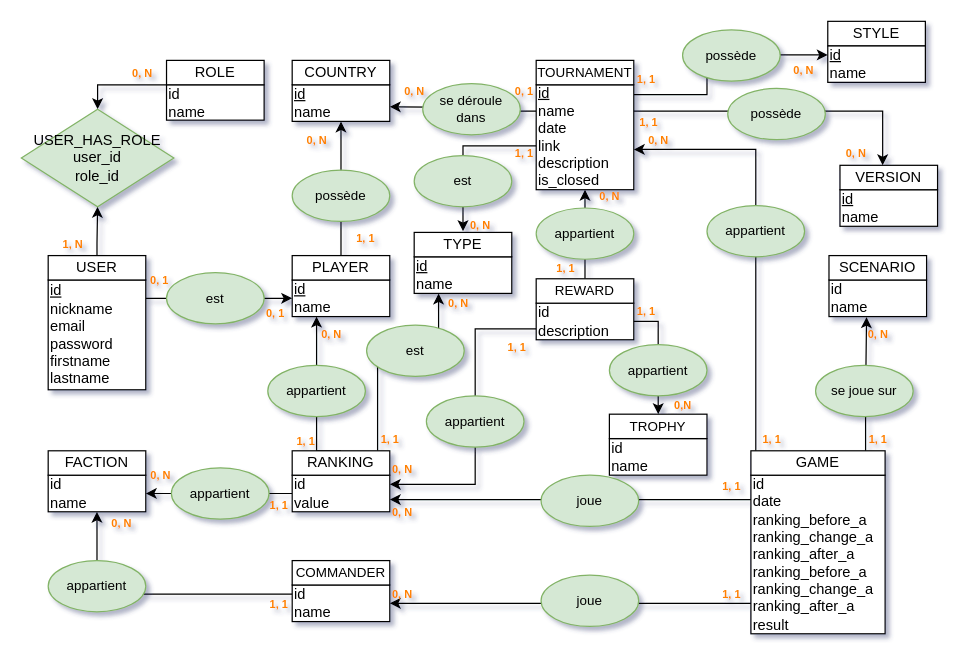
Above: analyse/MCD.drawio in Nicolas-Plichon/archives-citadelle (draw.io), before the change. Source tidied: cells renumbered, new cells numbered last; positions are measured from the earlier drawing's top-left corner, leaving out a move shared by most shapes. Both pictures are drawn from the tidied source at 122%, with x=0, y=0 at pixel (21, 21).
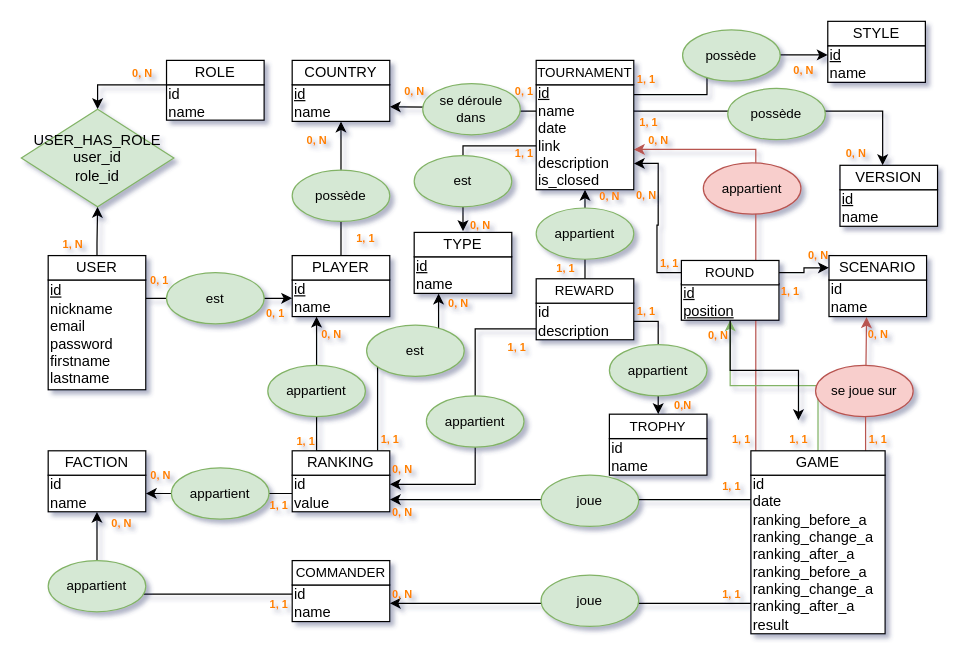
The same diagram, later.

Commit message (it also covers changes not shown here):
Ajout de la table Round, et modifications de requêtes et de vues

The change refers to these unchanged cells:
```xml
<mxCell id="15" value="id&lt;br&gt;date&lt;br&gt;ranking_before_a&lt;br&gt;ranking_change_a&lt;br&gt;ranking_after_a&lt;br&gt;ranking_before_a&lt;br style=&quot;border-color: var(--border-color);&quot;&gt;ranking_change_a&lt;br style=&quot;border-color: var(--border-color);&quot;&gt;ranking_after_a&lt;br&gt;result" style="rounded=0;whiteSpace=wrap;html=1;align=left;" parent="1" vertex="1">
  <mxGeometry x="598" y="372" width="110" height="130" as="geometry" />
</mxCell>
<mxCell id="17" value="GAME" style="rounded=0;whiteSpace=wrap;html=1;" parent="1" vertex="1">
  <mxGeometry x="598" y="352" width="110" height="20" as="geometry" />
</mxCell>
<mxCell id="27" value="&lt;div style=&quot;&quot;&gt;&lt;span style=&quot;background-color: initial;&quot;&gt;id&lt;/span&gt;&lt;/div&gt;&lt;div style=&quot;&quot;&gt;&lt;span style=&quot;background-color: initial;&quot;&gt;name&lt;/span&gt;&lt;/div&gt;" style="rounded=0;whiteSpace=wrap;html=1;align=left;" parent="1" vertex="1">
  <mxGeometry x="662" y="212" width="80" height="30" as="geometry" />
</mxCell>
<mxCell id="28" value="SCENARIO" style="rounded=0;whiteSpace=wrap;html=1;" parent="1" vertex="1">
  <mxGeometry x="662" y="192" width="80" height="20" as="geometry" />
</mxCell>
<mxCell id="31" value="&lt;div style=&quot;&quot;&gt;&lt;span style=&quot;background-color: initial;&quot;&gt;&lt;u&gt;id&lt;/u&gt;&lt;/span&gt;&lt;/div&gt;&lt;div style=&quot;&quot;&gt;&lt;span style=&quot;background-color: initial;&quot;&gt;name&lt;/span&gt;&lt;/div&gt;&lt;div style=&quot;&quot;&gt;&lt;span style=&quot;background-color: initial;&quot;&gt;date&lt;/span&gt;&lt;/div&gt;&lt;div style=&quot;&quot;&gt;&lt;span style=&quot;background-color: initial;&quot;&gt;link&lt;/span&gt;&lt;/div&gt;&lt;div style=&quot;&quot;&gt;&lt;span style=&quot;background-color: initial;&quot;&gt;description&lt;/span&gt;&lt;/div&gt;&lt;div style=&quot;&quot;&gt;&lt;span style=&quot;background-color: initial;&quot;&gt;is_closed&lt;/span&gt;&lt;/div&gt;" style="rounded=0;whiteSpace=wrap;html=1;align=left;" parent="1" vertex="1">
  <mxGeometry x="422" y="52" width="80" height="86" as="geometry" />
</mxCell>
```

What changed in the source:
```diff
@@
-    <mxCell id="12" style="edgeStyle=orthogonalEdgeStyle;rounded=0;jettySize=auto;html=1;endArrow=classic;endFill=1;entryX=0.385;entryY=1.013;entryDx=0;entryDy=0;entryPerimeter=0;" parent="1" edge="1" source="15" target="27">
+    <mxCell id="12" style="edgeStyle=orthogonalEdgeStyle;rounded=0;jettySize=auto;html=1;endArrow=classic;endFill=1;entryX=0.385;entryY=1.013;entryDx=0;entryDy=0;entryPerimeter=0;fillColor=#f8cecc;strokeColor=#b85450;" parent="1" edge="1" source="15" target="27">
       <mxGeometry relative="1" as="geometry">
         <Array as="points">
           <mxPoint x="692" y="307" />
           <mxPoint x="693" y="307" />
         </Array>
       </mxGeometry>
     </mxCell>
@@
-    <mxCell id="16" style="edgeStyle=orthogonalEdgeStyle;rounded=0;jettySize=auto;html=1;" parent="1" edge="1" source="17" target="31">
+    <mxCell id="16" style="edgeStyle=orthogonalEdgeStyle;rounded=0;jettySize=auto;html=1;fillColor=#f8cecc;strokeColor=#b85450;" parent="1" edge="1" source="17" target="31">
       <mxGeometry relative="1" as="geometry">
         <Array as="points">
           <mxPoint x="602" y="105" />
         </Array>
       </mxGeometry>
     </mxCell>
+    <mxCell id="106" style="edgeStyle=orthogonalEdgeStyle;rounded=0;jettySize=auto;html=1;fillColor=#d5e8d4;strokeColor=#82b366;" parent="1" edge="1" source="17" target="108">
+      <mxGeometry relative="1" as="geometry" />
+    </mxCell>
@@
     <mxCell id="40" value="&lt;font style=&quot;font-size: 9px;&quot; color=&quot;#ff8000&quot;&gt;&lt;b&gt;1, 1&lt;/b&gt;&lt;/font&gt;" style="text;html=1;align=center;verticalAlign=middle;strokeColor=none;fillColor=none;fontSize=11;" parent="1" vertex="1">
-      <mxGeometry x="595" y="327" width="40" height="30" as="geometry" />
+      <mxGeometry x="570" y="327" width="40" height="30" as="geometry" />
     </mxCell>
@@
-    <mxCell id="68" value="appartient" style="ellipse;whiteSpace=wrap;html=1;align=center;rounded=0;fontSize=11;fillColor=#d5e8d4;strokeColor=#82b366;" parent="1" vertex="1">
-      <mxGeometry x="562" y="151" width="80" height="42" as="geometry" />
+    <mxCell id="68" value="appartient" style="ellipse;whiteSpace=wrap;html=1;align=center;rounded=0;fontSize=11;fillColor=#f8cecc;strokeColor=#b85450;" parent="1" vertex="1">
+      <mxGeometry x="559" y="116" width="80" height="42" as="geometry" />
     </mxCell>
@@
-    <mxCell id="75" value="se joue sur" style="ellipse;whiteSpace=wrap;html=1;align=center;rounded=0;fontSize=11;fillColor=#d5e8d4;strokeColor=#82b366;" parent="1" vertex="1">
+    <mxCell id="75" value="se joue sur" style="ellipse;whiteSpace=wrap;html=1;align=center;rounded=0;fontSize=11;fillColor=#f8cecc;strokeColor=#b85450;" parent="1" vertex="1">
       <mxGeometry x="651" y="282" width="80" height="42" as="geometry" />
     </mxCell>
@@
+    <mxCell id="107" style="edgeStyle=orthogonalEdgeStyle;rounded=0;jettySize=auto;html=1;" parent="1" edge="1" source="108" target="112">
+      <mxGeometry relative="1" as="geometry" />
+    </mxCell>
+    <mxCell id="108" value="&lt;div style=&quot;&quot;&gt;&lt;span style=&quot;background-color: initial;&quot;&gt;&lt;u&gt;id&lt;/u&gt;&lt;/span&gt;&lt;/div&gt;&lt;div style=&quot;&quot;&gt;&lt;span style=&quot;background-color: initial;&quot;&gt;&lt;u&gt;position&lt;/u&gt;&lt;/span&gt;&lt;/div&gt;" style="rounded=0;whiteSpace=wrap;html=1;align=left;" parent="1" vertex="1">
+      <mxGeometry x="541" y="215" width="80" height="30" as="geometry" />
+    </mxCell>
+    <mxCell id="109" style="edgeStyle=orthogonalEdgeStyle;rounded=0;jettySize=auto;html=1;entryX=0;entryY=0.5;entryDx=0;entryDy=0;" parent="1" edge="1" source="111" target="28">
+      <mxGeometry relative="1" as="geometry" />
+    </mxCell>
+    <mxCell id="110" style="edgeStyle=orthogonalEdgeStyle;rounded=0;jettySize=auto;html=1;entryX=1;entryY=0.75;entryDx=0;entryDy=0;" parent="1" edge="1" source="111" target="31">
+      <mxGeometry relative="1" as="geometry" />
+    </mxCell>
+    <mxCell id="111" value="&lt;font style=&quot;font-size: 11px;&quot;&gt;ROUND&lt;/font&gt;" style="rounded=0;whiteSpace=wrap;html=1;" parent="1" vertex="1">
+      <mxGeometry x="541" y="196" width="80" height="20" as="geometry" />
+    </mxCell>
+    <mxCell id="112" value="&lt;font style=&quot;font-size: 9px;&quot; color=&quot;#ff8000&quot;&gt;&lt;b&gt;1, 1&lt;/b&gt;&lt;/font&gt;" style="text;html=1;align=center;verticalAlign=middle;points=[];strokeColor=none;fillColor=none;fontSize=11;" parent="1" vertex="1">
+      <mxGeometry x="617" y="327" width="40" height="30" as="geometry" />
+    </mxCell>
+    <mxCell id="113" value="&lt;font style=&quot;font-size: 9px;&quot; color=&quot;#ff8000&quot;&gt;&lt;b&gt;0, N&lt;/b&gt;&lt;/font&gt;" style="text;html=1;align=center;verticalAlign=middle;strokeColor=none;fillColor=none;fontSize=11;" parent="1" vertex="1">
+      <mxGeometry x="551" y="242" width="40" height="30" as="geometry" />
+    </mxCell>
+    <mxCell id="114" value="&lt;font style=&quot;font-size: 9px;&quot; color=&quot;#ff8000&quot;&gt;&lt;b&gt;1, 1&lt;/b&gt;&lt;/font&gt;" style="text;html=1;align=center;verticalAlign=middle;strokeColor=none;fillColor=none;fontSize=11;" parent="1" vertex="1">
+      <mxGeometry x="511" y="183" width="40" height="30" as="geometry" />
+    </mxCell>
+    <mxCell id="115" value="&lt;font style=&quot;font-size: 9px;&quot; color=&quot;#ff8000&quot;&gt;&lt;b&gt;0, N&lt;/b&gt;&lt;/font&gt;" style="text;html=1;align=center;verticalAlign=middle;strokeColor=none;fillColor=none;fontSize=11;" parent="1" vertex="1">
+      <mxGeometry x="492" y="127" width="40" height="30" as="geometry" />
+    </mxCell>
+    <mxCell id="116" value="&lt;font style=&quot;font-size: 9px;&quot; color=&quot;#ff8000&quot;&gt;&lt;b&gt;0, N&lt;/b&gt;&lt;/font&gt;" style="text;html=1;align=center;verticalAlign=middle;strokeColor=none;fillColor=none;fontSize=11;" parent="1" vertex="1">
+      <mxGeometry x="633" y="176" width="40" height="30" as="geometry" />
+    </mxCell>
+    <mxCell id="117" value="&lt;font style=&quot;font-size: 9px;&quot; color=&quot;#ff8000&quot;&gt;&lt;b&gt;1, 1&lt;/b&gt;&lt;/font&gt;" style="text;html=1;align=center;verticalAlign=middle;strokeColor=none;fillColor=none;fontSize=11;" parent="1" vertex="1">
+      <mxGeometry x="610" y="206" width="40" height="30" as="geometry" />
+    </mxCell>
```
